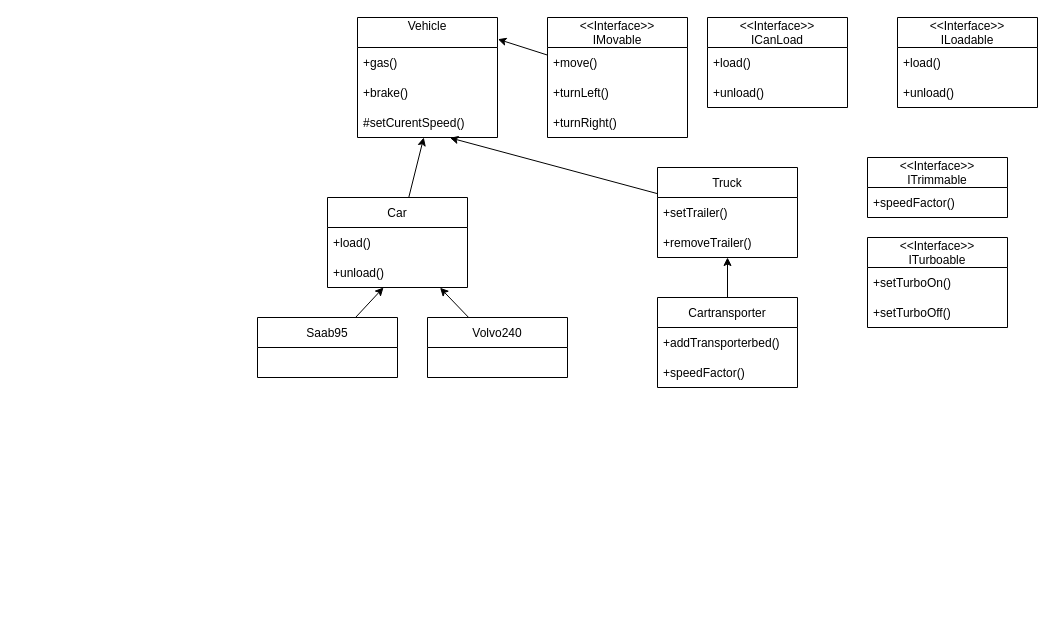
The draw.io diagram Task2.drawio in filipkauffeldt/TDA553-lab1, before the edit. Source tidied: cells renumbered, new cells numbered last; positions are measured from the earlier drawing's top-left corner, leaving out a move shared by most shapes. Both pictures are drawn from the tidied source at 100%, with x=0, y=0 at pixel (257, 17).
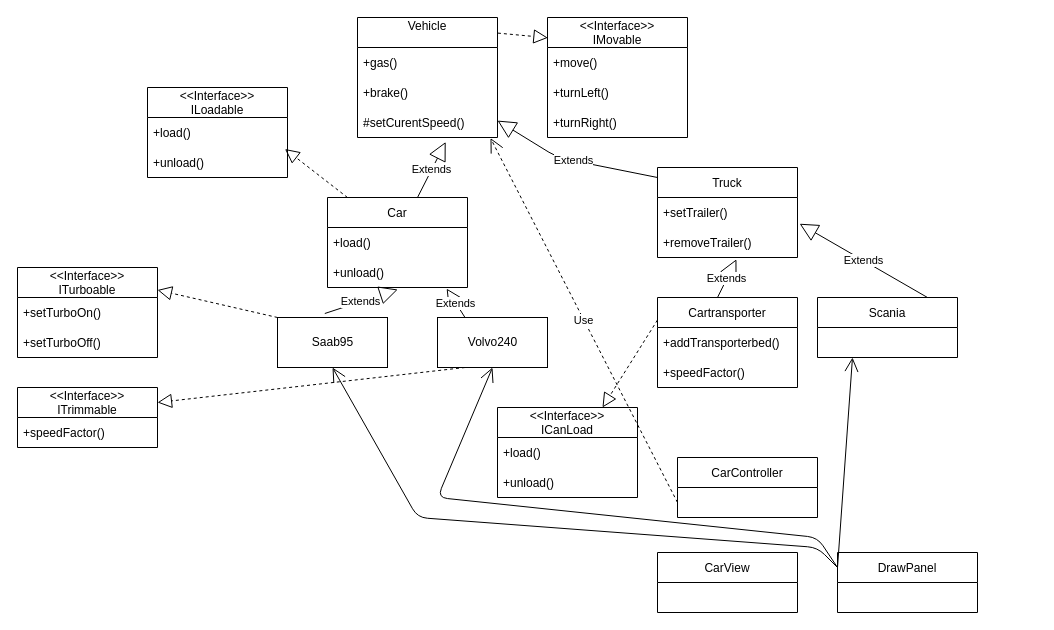
Above is the later version.

Commit message:
Uppdated UML

Unchanged cells that the change refers to:
```xml
<mxCell id="7" value="+unload()" style="text;strokeColor=none;fillColor=none;align=left;verticalAlign=middle;spacingLeft=4;spacingRight=4;overflow=hidden;points=[[0,0.5],[1,0.5]];portConstraint=eastwest;" parent="5" vertex="1">
  <mxGeometry y="60" width="140" height="30" as="geometry" />
</mxCell>
<mxCell id="9" value="Car" style="swimlane;fontStyle=0;horizontal=1;startSize=30;" parent="1" vertex="1">
  <mxGeometry x="70" y="180" width="140" height="90" as="geometry" />
</mxCell>
<mxCell id="11" value="+unload()" style="text;strokeColor=none;fillColor=none;align=left;verticalAlign=middle;spacingLeft=4;spacingRight=4;overflow=hidden;points=[[0,0.5],[1,0.5]];portConstraint=eastwest;" parent="9" vertex="1">
  <mxGeometry y="60" width="140" height="30" as="geometry" />
</mxCell>
<mxCell id="12" value="Vehicle&#10;" style="swimlane;fontStyle=0;horizontal=1;startSize=30;" parent="1" vertex="1">
  <mxGeometry x="100" width="140" height="120" as="geometry" />
</mxCell>
<mxCell id="15" value="#setCurentSpeed()" style="text;strokeColor=none;fillColor=none;align=left;verticalAlign=middle;spacingLeft=4;spacingRight=4;overflow=hidden;points=[[0,0.5],[1,0.5]];portConstraint=eastwest;" parent="12" vertex="1">
  <mxGeometry y="90" width="140" height="30" as="geometry" />
</mxCell>
<mxCell id="17" value="Truck" style="swimlane;fontStyle=0;horizontal=1;startSize=30;" parent="1" vertex="1">
  <mxGeometry x="400" y="150" width="140" height="90" as="geometry" />
</mxCell>
<mxCell id="18" value="+setTrailer()" style="text;strokeColor=none;fillColor=none;align=left;verticalAlign=middle;spacingLeft=4;spacingRight=4;overflow=hidden;points=[[0,0.5],[1,0.5]];portConstraint=eastwest;" parent="17" vertex="1">
  <mxGeometry y="30" width="140" height="30" as="geometry" />
</mxCell>
<mxCell id="19" value="+removeTrailer()" style="text;strokeColor=none;fillColor=none;align=left;verticalAlign=middle;spacingLeft=4;spacingRight=4;overflow=hidden;points=[[0,0.5],[1,0.5]];portConstraint=eastwest;" parent="17" vertex="1">
  <mxGeometry y="60" width="140" height="30" as="geometry" />
</mxCell>
<mxCell id="21" value="Cartransporter" style="swimlane;fontStyle=0;horizontal=1;startSize=30;" parent="1" vertex="1">
  <mxGeometry x="400" y="280" width="140" height="90" as="geometry" />
</mxCell>
<mxCell id="25" value="&lt;&lt;Interface&gt;&gt;&#10;IMovable" style="swimlane;fontStyle=0;horizontal=1;startSize=30;" parent="1" vertex="1">
  <mxGeometry x="290" width="140" height="120" as="geometry" />
</mxCell>
```

Change to the diagram source:
```diff
@@
     <mxCell id="2" value="&lt;&lt;Interface&gt;&gt;&#10;ICanLoad" style="swimlane;fontStyle=0;horizontal=1;startSize=30;" parent="1" vertex="1">
-      <mxGeometry x="450" width="140" height="90" as="geometry" />
+      <mxGeometry x="240" y="390" width="140" height="90" as="geometry" />
     </mxCell>
@@
     <mxCell id="5" value="&lt;&lt;Interface&gt;&gt;&#10;ILoadable" style="swimlane;fontStyle=0;horizontal=1;startSize=30;" parent="1" vertex="1">
-      <mxGeometry x="640" width="140" height="90" as="geometry" />
+      <mxGeometry x="-110" y="70" width="140" height="90" as="geometry" />
     </mxCell>
@@
-    <mxCell id="8" style="edgeStyle=none;html=1;" parent="1" edge="1" source="9" target="15">
-      <mxGeometry relative="1" as="geometry" />
-    </mxCell>
@@
+    <mxCell id="38" value="Extends" style="endArrow=block;endSize=16;endFill=0;html=1;entryX=0.63;entryY=1.148;entryDx=0;entryDy=0;entryPerimeter=0;" parent="9" edge="1" target="15">
+      <mxGeometry relative="1" as="geometry">
+        <mxPoint x="90" as="sourcePoint" />
+      </mxGeometry>
+    </mxCell>
+    <mxCell id="39" style="endArrow=block;dashed=1;endFill=0;endSize=12;html=1;entryX=0.982;entryY=0.05;entryDx=0;entryDy=0;entryPerimeter=0;" parent="9" edge="1" target="7">
+      <mxGeometry relative="1" as="geometry">
+        <mxPoint x="20" as="sourcePoint" />
+      </mxGeometry>
+    </mxCell>
@@
-    <mxCell id="16" style="edgeStyle=none;html=1;entryX=0.66;entryY=1.011;entryDx=0;entryDy=0;entryPerimeter=0;" parent="1" edge="1" source="17" target="15">
-      <mxGeometry relative="1" as="geometry" />
-    </mxCell>
@@
+    <mxCell id="40" value="Extends" style="endArrow=block;endSize=16;endFill=0;html=1;" parent="17" edge="1" target="12">
+      <mxGeometry relative="1" as="geometry">
+        <mxPoint y="10" as="sourcePoint" />
+        <Array as="points">
+          <mxPoint x="-100" y="-10" />
+        </Array>
+      </mxGeometry>
+    </mxCell>
@@
-    <mxCell id="20" style="edgeStyle=none;html=1;" parent="1" edge="1" source="21" target="19">
-      <mxGeometry relative="1" as="geometry" />
-    </mxCell>
@@
+    <mxCell id="41" value="Extends" style="endArrow=block;endSize=16;endFill=0;html=1;entryX=0.564;entryY=1.059;entryDx=0;entryDy=0;entryPerimeter=0;" parent="21" edge="1" target="19">
+      <mxGeometry relative="1" as="geometry">
+        <mxPoint x="60" as="sourcePoint" />
+      </mxGeometry>
+    </mxCell>
@@
-    <mxCell id="24" style="edgeStyle=none;html=1;entryX=1.003;entryY=0.181;entryDx=0;entryDy=0;entryPerimeter=0;" parent="1" edge="1" source="25" target="12">
-      <mxGeometry relative="1" as="geometry" />
-    </mxCell>
@@
     <mxCell id="29" value="&lt;&lt;Interface&gt;&gt;&#10;ITrimmable" style="swimlane;fontStyle=0;horizontal=1;startSize=30;" parent="1" vertex="1">
-      <mxGeometry x="610" y="140" width="140" height="60" as="geometry" />
+      <mxGeometry x="-240" y="370" width="140" height="60" as="geometry" />
     </mxCell>
@@
     <mxCell id="31" value="&lt;&lt;Interface&gt;&gt;&#10;ITurboable" style="swimlane;fontStyle=0;horizontal=1;startSize=30;" parent="1" vertex="1">
-      <mxGeometry x="610" y="220" width="140" height="90" as="geometry" />
+      <mxGeometry x="-240" y="250" width="140" height="90" as="geometry" />
     </mxCell>
@@
+    <mxCell id="35" value="Saab95" style="html=1;" parent="1" vertex="1">
+      <mxGeometry x="20" y="300" width="110" height="50" as="geometry" />
+    </mxCell>
+    <mxCell id="37" value="Volvo240" style="html=1;" parent="1" vertex="1">
+      <mxGeometry x="180" y="300" width="110" height="50" as="geometry" />
+    </mxCell>
+    <mxCell id="42" style="endArrow=block;dashed=1;endFill=0;endSize=12;html=1;exitX=1.003;exitY=0.13;exitDx=0;exitDy=0;exitPerimeter=0;entryX=0.003;entryY=0.169;entryDx=0;entryDy=0;entryPerimeter=0;" parent="1" edge="1" source="12" target="25">
+      <mxGeometry relative="1" as="geometry" />
+    </mxCell>
-    <mxCell id="34" style="edgeStyle=none;html=1;" parent="1" edge="1" source="35" target="11">
+    <mxCell id="34" value="Extends" style="endArrow=block;endSize=16;endFill=0;html=1;entryX=0.502;entryY=1.067;entryDx=0;entryDy=0;entryPerimeter=0;exitX=0.43;exitY=-0.08;exitDx=0;exitDy=0;exitPerimeter=0;" parent="1" edge="1" source="35" target="11">
       <mxGeometry relative="1" as="geometry" />
     </mxCell>
-    <mxCell id="35" value="Saab95" style="swimlane;fontStyle=0;horizontal=1;startSize=30;" parent="1" vertex="1">
-      <mxGeometry y="300" width="140" height="60" as="geometry" />
-    </mxCell>
-    <mxCell id="36" style="edgeStyle=none;html=1;entryX=0.804;entryY=1.009;entryDx=0;entryDy=0;entryPerimeter=0;" parent="1" edge="1" source="37" target="11">
+    <mxCell id="36" value="Extends" style="endArrow=block;endSize=16;endFill=0;html=1;exitX=0.25;exitY=0;exitDx=0;exitDy=0;entryX=0.851;entryY=1.037;entryDx=0;entryDy=0;entryPerimeter=0;" parent="1" edge="1" source="37" target="11">
       <mxGeometry relative="1" as="geometry" />
     </mxCell>
-    <mxCell id="37" value="Volvo240" style="swimlane;fontStyle=0;horizontal=1;startSize=30;" parent="1" vertex="1">
-      <mxGeometry x="170" y="300" width="140" height="60" as="geometry" />
-    </mxCell>
+    <mxCell id="43" style="endArrow=block;dashed=1;endFill=0;endSize=12;html=1;exitX=0;exitY=0;exitDx=0;exitDy=0;entryX=1;entryY=0.25;entryDx=0;entryDy=0;" parent="1" edge="1" source="35" target="31">
+      <mxGeometry relative="1" as="geometry" />
+    </mxCell>
+    <mxCell id="44" style="endArrow=block;dashed=1;endFill=0;endSize=12;html=1;exitX=0.25;exitY=1;exitDx=0;exitDy=0;entryX=1;entryY=0.25;entryDx=0;entryDy=0;" parent="1" edge="1" source="37" target="29">
+      <mxGeometry relative="1" as="geometry" />
+    </mxCell>
+    <mxCell id="45" value="Scania" style="swimlane;fontStyle=0;horizontal=1;startSize=30;" parent="1" vertex="1">
+      <mxGeometry x="560" y="280" width="140" height="60" as="geometry" />
+    </mxCell>
+    <mxCell id="46" value="Extends" style="endArrow=block;endSize=16;endFill=0;html=1;entryX=1.015;entryY=0.874;entryDx=0;entryDy=0;entryPerimeter=0;" parent="45" edge="1" target="18">
+      <mxGeometry relative="1" as="geometry">
+        <mxPoint x="110" as="sourcePoint" />
+      </mxGeometry>
+    </mxCell>
+    <mxCell id="47" style="endArrow=block;dashed=1;endFill=0;endSize=12;html=1;exitX=0;exitY=0.25;exitDx=0;exitDy=0;entryX=0.75;entryY=0;entryDx=0;entryDy=0;" parent="1" edge="1" source="21" target="2">
+      <mxGeometry relative="1" as="geometry" />
+    </mxCell>
+    <mxCell id="48" value="CarController" style="swimlane;fontStyle=0;horizontal=1;startSize=30;" parent="1" vertex="1">
+      <mxGeometry x="420" y="440" width="140" height="60" as="geometry" />
+    </mxCell>
+    <mxCell id="49" value="CarView" style="swimlane;fontStyle=0;horizontal=1;startSize=30;" parent="1" vertex="1">
+      <mxGeometry x="400" y="535" width="140" height="60" as="geometry" />
+    </mxCell>
+    <mxCell id="50" value="DrawPanel" style="swimlane;fontStyle=0;horizontal=1;startSize=30;" parent="1" vertex="1">
+      <mxGeometry x="580" y="535" width="140" height="60" as="geometry" />
+    </mxCell>
+    <mxCell id="51" style="endArrow=open;endFill=1;endSize=12;html=1;entryX=0.5;entryY=1;entryDx=0;entryDy=0;exitX=0;exitY=0.25;exitDx=0;exitDy=0;" parent="1" edge="1" source="50" target="37">
+      <mxGeometry relative="1" as="geometry">
+        <Array as="points">
+          <mxPoint x="560" y="520" />
+          <mxPoint x="180" y="480" />
+        </Array>
+      </mxGeometry>
+    </mxCell>
+    <mxCell id="52" style="endArrow=open;endFill=1;endSize=12;html=1;exitX=0;exitY=0.25;exitDx=0;exitDy=0;entryX=0.5;entryY=1;entryDx=0;entryDy=0;" parent="1" edge="1" source="50" target="35">
+      <mxGeometry relative="1" as="geometry">
+        <Array as="points">
+          <mxPoint x="560" y="530" />
+          <mxPoint x="160" y="500" />
+        </Array>
+      </mxGeometry>
+    </mxCell>
+    <mxCell id="53" style="endArrow=open;endFill=1;endSize=12;html=1;exitX=0;exitY=0.25;exitDx=0;exitDy=0;entryX=0.25;entryY=1;entryDx=0;entryDy=0;" parent="1" edge="1" source="50" target="45">
+      <mxGeometry relative="1" as="geometry" />
+    </mxCell>
+    <mxCell id="54" value="Use" style="endArrow=open;endSize=12;dashed=1;html=1;exitX=0;exitY=0.75;exitDx=0;exitDy=0;entryX=0.95;entryY=1.019;entryDx=0;entryDy=0;entryPerimeter=0;" parent="1" edge="1" source="48" target="15">
+      <mxGeometry relative="1" as="geometry" />
+    </mxCell>
```
